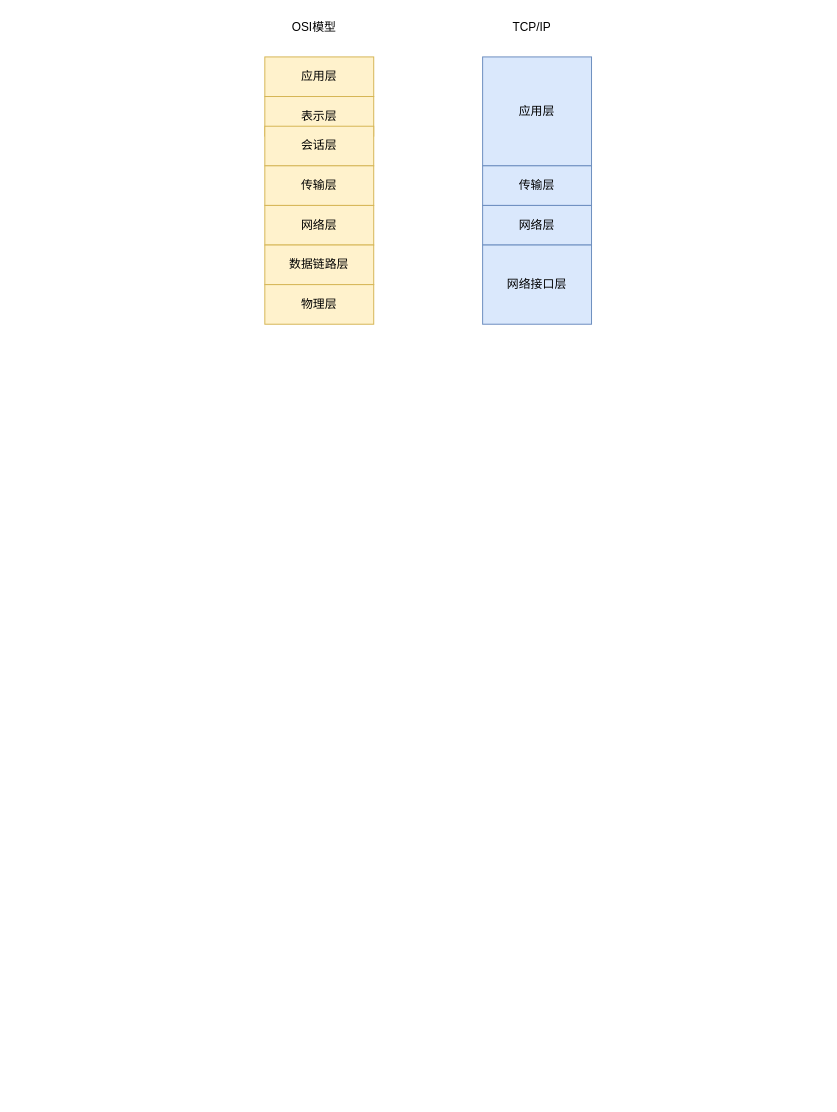
The draw.io diagram 网络模型.drawio in Joelovealonge/note, before the edit. Source tidied: cells renumbered, new cells numbered last; positions are measured from the earlier drawing's top-left corner, leaving out a move shared by most shapes. Both pictures are drawn from the tidied source at 99%, with x=0, y=0 at pixel (264, 17).
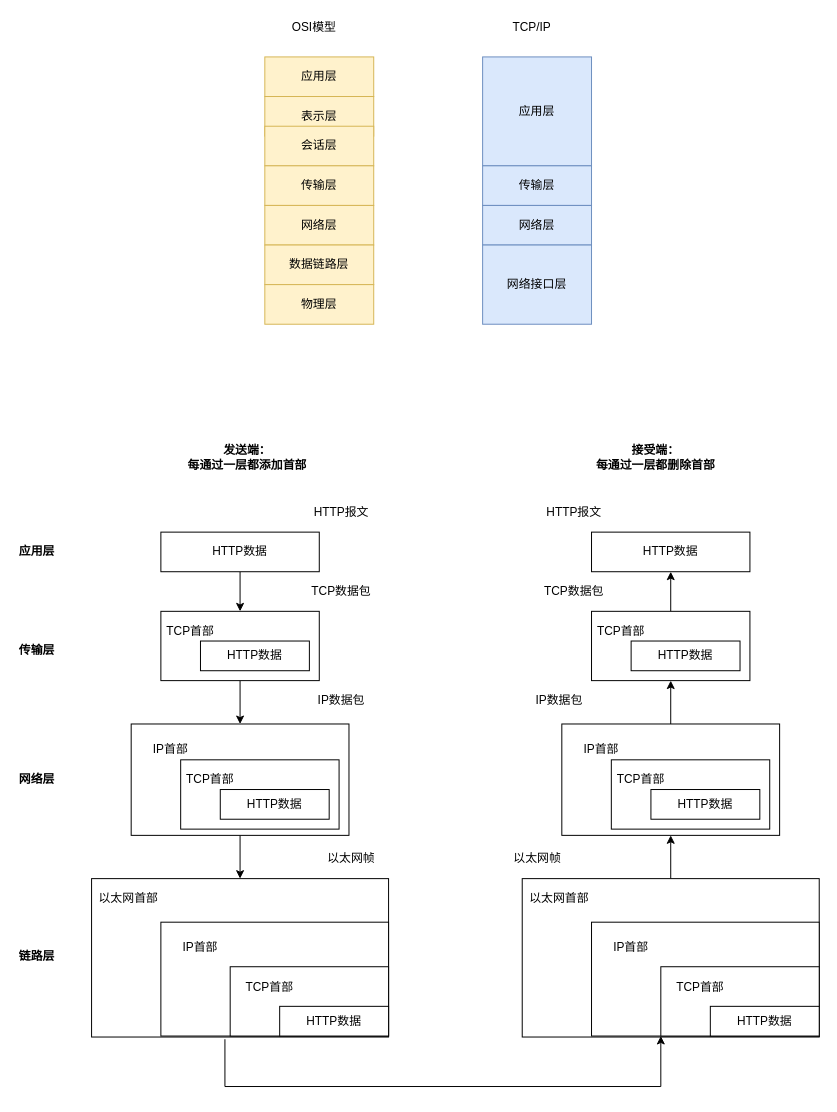
The same page after the edit.

Commit message (it also covers changes not shown here):
更新网络模型.drawio

The edit, as a diff of the source:
```diff
@@
+    <mxCell id="15" style="edgeStyle=orthogonalEdgeStyle;rounded=0;jettySize=auto;html=1;exitX=0.449;exitY=1.014;exitDx=0;exitDy=0;exitPerimeter=0;entryX=0;entryY=1;entryDx=0;entryDy=0;" parent="1" edge="1" source="16" target="49">
+      <mxGeometry relative="1" as="geometry">
+        <Array as="points">
+          <mxPoint x="-40" y="1080" />
+          <mxPoint x="400" y="1080" />
+        </Array>
+      </mxGeometry>
+    </mxCell>
+    <mxCell id="16" style="rounded=0;whiteSpace=wrap;html=1;" parent="1" vertex="1">
+      <mxGeometry x="-175" y="870" width="300" height="160" as="geometry" />
+    </mxCell>
+    <mxCell id="17" style="edgeStyle=orthogonalEdgeStyle;rounded=0;jettySize=auto;html=1;" parent="1" edge="1" source="18" target="16">
+      <mxGeometry relative="1" as="geometry" />
+    </mxCell>
+    <mxCell id="18" style="rounded=0;whiteSpace=wrap;html=1;" parent="1" vertex="1">
+      <mxGeometry x="-135" y="713.8" width="220" height="112.5" as="geometry" />
+    </mxCell>
+    <mxCell id="19" style="edgeStyle=orthogonalEdgeStyle;rounded=0;jettySize=auto;html=1;entryX=0.5;entryY=0;entryDx=0;entryDy=0;" parent="1" edge="1" source="20" target="18">
+      <mxGeometry relative="1" as="geometry" />
+    </mxCell>
+    <mxCell id="20" style="rounded=0;whiteSpace=wrap;html=1;" parent="1" vertex="1">
+      <mxGeometry x="-105" y="600" width="160" height="70" as="geometry" />
+    </mxCell>
@@
+    <mxCell id="21" style="edgeStyle=orthogonalEdgeStyle;rounded=0;jettySize=auto;html=1;entryX=0.5;entryY=0;entryDx=0;entryDy=0;" parent="1" edge="1" source="22" target="20">
+      <mxGeometry relative="1" as="geometry" />
+    </mxCell>
+    <mxCell id="22" value="HTTP数据" style="rounded=0;whiteSpace=wrap;html=1;" parent="1" vertex="1">
+      <mxGeometry x="-105" y="520" width="160" height="40" as="geometry" />
+    </mxCell>
+    <mxCell id="23" value="HTTP数据" style="rounded=0;whiteSpace=wrap;html=1;" parent="1" vertex="1">
+      <mxGeometry x="-65" y="630" width="110" height="30" as="geometry" />
+    </mxCell>
+    <mxCell id="24" value="TCP首部" style="text;html=1;strokeColor=none;fillColor=none;align=center;verticalAlign=middle;whiteSpace=wrap;rounded=0;" parent="1" vertex="1">
+      <mxGeometry x="-105" y="610" width="60" height="20" as="geometry" />
+    </mxCell>
+    <mxCell id="25" style="rounded=0;whiteSpace=wrap;html=1;" parent="1" vertex="1">
+      <mxGeometry x="-85" y="750" width="160" height="70" as="geometry" />
+    </mxCell>
+    <mxCell id="26" value="HTTP数据" style="rounded=0;whiteSpace=wrap;html=1;" parent="1" vertex="1">
+      <mxGeometry x="-45" y="780" width="110" height="30" as="geometry" />
+    </mxCell>
+    <mxCell id="27" value="TCP首部" style="text;html=1;strokeColor=none;fillColor=none;align=center;verticalAlign=middle;whiteSpace=wrap;rounded=0;" parent="1" vertex="1">
+      <mxGeometry x="-85" y="760" width="60" height="20" as="geometry" />
+    </mxCell>
+    <mxCell id="28" value="IP首部" style="text;html=1;strokeColor=none;fillColor=none;align=center;verticalAlign=middle;whiteSpace=wrap;rounded=0;" parent="1" vertex="1">
+      <mxGeometry x="-115" y="730" width="40" height="20" as="geometry" />
+    </mxCell>
+    <mxCell id="29" style="rounded=0;whiteSpace=wrap;html=1;" parent="1" vertex="1">
+      <mxGeometry x="-105" y="914" width="230" height="115" as="geometry" />
+    </mxCell>
+    <mxCell id="30" style="rounded=0;whiteSpace=wrap;html=1;" parent="1" vertex="1">
+      <mxGeometry x="-35" y="959" width="160" height="70" as="geometry" />
+    </mxCell>
+    <mxCell id="31" value="HTTP数据" style="rounded=0;whiteSpace=wrap;html=1;" parent="1" vertex="1">
+      <mxGeometry x="15" y="999" width="110" height="30" as="geometry" />
+    </mxCell>
+    <mxCell id="32" value="TCP首部" style="text;html=1;strokeColor=none;fillColor=none;align=center;verticalAlign=middle;whiteSpace=wrap;rounded=0;" parent="1" vertex="1">
+      <mxGeometry x="-25" y="970" width="60" height="20" as="geometry" />
+    </mxCell>
+    <mxCell id="33" value="IP首部" style="text;html=1;strokeColor=none;fillColor=none;align=center;verticalAlign=middle;whiteSpace=wrap;rounded=0;" parent="1" vertex="1">
+      <mxGeometry x="-85" y="930" width="40" height="20" as="geometry" />
+    </mxCell>
+    <mxCell id="34" value="以太网首部" style="text;html=1;strokeColor=none;fillColor=none;align=center;verticalAlign=middle;whiteSpace=wrap;rounded=0;" parent="1" vertex="1">
+      <mxGeometry x="-170" y="880" width="65" height="20" as="geometry" />
+    </mxCell>
+    <mxCell id="35" style="edgeStyle=orthogonalEdgeStyle;rounded=0;jettySize=auto;html=1;entryX=0.5;entryY=1;entryDx=0;entryDy=0;" parent="1" edge="1" source="36" target="38">
+      <mxGeometry relative="1" as="geometry" />
+    </mxCell>
+    <mxCell id="36" style="rounded=0;whiteSpace=wrap;html=1;" parent="1" vertex="1">
+      <mxGeometry x="260" y="870" width="300" height="160" as="geometry" />
+    </mxCell>
+    <mxCell id="37" style="edgeStyle=orthogonalEdgeStyle;rounded=0;jettySize=auto;html=1;entryX=0.5;entryY=1;entryDx=0;entryDy=0;" parent="1" edge="1" source="38" target="40">
+      <mxGeometry relative="1" as="geometry" />
+    </mxCell>
+    <mxCell id="38" style="rounded=0;whiteSpace=wrap;html=1;" parent="1" vertex="1">
+      <mxGeometry x="300" y="713.8" width="220" height="112.5" as="geometry" />
+    </mxCell>
+    <mxCell id="39" style="edgeStyle=orthogonalEdgeStyle;rounded=0;jettySize=auto;html=1;entryX=0.5;entryY=1;entryDx=0;entryDy=0;" parent="1" edge="1" source="40" target="41">
+      <mxGeometry relative="1" as="geometry" />
+    </mxCell>
+    <mxCell id="40" style="rounded=0;whiteSpace=wrap;html=1;" parent="1" vertex="1">
+      <mxGeometry x="330" y="600" width="160" height="70" as="geometry" />
+    </mxCell>
+    <mxCell id="41" value="HTTP数据" style="rounded=0;whiteSpace=wrap;html=1;" parent="1" vertex="1">
+      <mxGeometry x="330" y="520" width="160" height="40" as="geometry" />
+    </mxCell>
+    <mxCell id="42" value="HTTP数据" style="rounded=0;whiteSpace=wrap;html=1;" parent="1" vertex="1">
+      <mxGeometry x="370" y="630" width="110" height="30" as="geometry" />
+    </mxCell>
+    <mxCell id="43" value="TCP首部" style="text;html=1;strokeColor=none;fillColor=none;align=center;verticalAlign=middle;whiteSpace=wrap;rounded=0;" parent="1" vertex="1">
+      <mxGeometry x="330" y="610" width="60" height="20" as="geometry" />
+    </mxCell>
+    <mxCell id="44" style="rounded=0;whiteSpace=wrap;html=1;" parent="1" vertex="1">
+      <mxGeometry x="350" y="750" width="160" height="70" as="geometry" />
+    </mxCell>
+    <mxCell id="45" value="HTTP数据" style="rounded=0;whiteSpace=wrap;html=1;" parent="1" vertex="1">
+      <mxGeometry x="390" y="780" width="110" height="30" as="geometry" />
+    </mxCell>
+    <mxCell id="46" value="TCP首部" style="text;html=1;strokeColor=none;fillColor=none;align=center;verticalAlign=middle;whiteSpace=wrap;rounded=0;" parent="1" vertex="1">
+      <mxGeometry x="350" y="760" width="60" height="20" as="geometry" />
+    </mxCell>
+    <mxCell id="47" value="IP首部" style="text;html=1;strokeColor=none;fillColor=none;align=center;verticalAlign=middle;whiteSpace=wrap;rounded=0;" parent="1" vertex="1">
+      <mxGeometry x="320" y="730" width="40" height="20" as="geometry" />
+    </mxCell>
+    <mxCell id="48" style="rounded=0;whiteSpace=wrap;html=1;" parent="1" vertex="1">
+      <mxGeometry x="330" y="914" width="230" height="115" as="geometry" />
+    </mxCell>
+    <mxCell id="49" style="rounded=0;whiteSpace=wrap;html=1;" parent="1" vertex="1">
+      <mxGeometry x="400" y="959" width="160" height="70" as="geometry" />
+    </mxCell>
+    <mxCell id="50" value="HTTP数据" style="rounded=0;whiteSpace=wrap;html=1;" parent="1" vertex="1">
+      <mxGeometry x="450" y="999" width="110" height="30" as="geometry" />
+    </mxCell>
+    <mxCell id="51" value="TCP首部" style="text;html=1;strokeColor=none;fillColor=none;align=center;verticalAlign=middle;whiteSpace=wrap;rounded=0;" parent="1" vertex="1">
+      <mxGeometry x="410" y="970" width="60" height="20" as="geometry" />
+    </mxCell>
+    <mxCell id="52" value="IP首部" style="text;html=1;strokeColor=none;fillColor=none;align=center;verticalAlign=middle;whiteSpace=wrap;rounded=0;" parent="1" vertex="1">
+      <mxGeometry x="350" y="930" width="40" height="20" as="geometry" />
+    </mxCell>
+    <mxCell id="53" value="以太网首部" style="text;html=1;strokeColor=none;fillColor=none;align=center;verticalAlign=middle;whiteSpace=wrap;rounded=0;" parent="1" vertex="1">
+      <mxGeometry x="265" y="880" width="65" height="20" as="geometry" />
+    </mxCell>
+    <mxCell id="54" value="HTTP报文" style="text;html=1;strokeColor=none;fillColor=none;align=center;verticalAlign=middle;whiteSpace=wrap;rounded=0;" parent="1" vertex="1">
+      <mxGeometry x="45" y="490" width="65" height="20" as="geometry" />
+    </mxCell>
+    <mxCell id="55" value="TCP数据包" style="text;html=1;strokeColor=none;fillColor=none;align=center;verticalAlign=middle;whiteSpace=wrap;rounded=0;" parent="1" vertex="1">
+      <mxGeometry x="45" y="570" width="65" height="20" as="geometry" />
+    </mxCell>
+    <mxCell id="56" value="IP数据包" style="text;html=1;strokeColor=none;fillColor=none;align=center;verticalAlign=middle;whiteSpace=wrap;rounded=0;" parent="1" vertex="1">
+      <mxGeometry x="45" y="680" width="65" height="20" as="geometry" />
+    </mxCell>
+    <mxCell id="57" value="以太网帧" style="text;html=1;strokeColor=none;fillColor=none;align=center;verticalAlign=middle;whiteSpace=wrap;rounded=0;" parent="1" vertex="1">
+      <mxGeometry x="55" y="840" width="65" height="20" as="geometry" />
+    </mxCell>
+    <mxCell id="58" value="以太网帧" style="text;html=1;strokeColor=none;fillColor=none;align=center;verticalAlign=middle;whiteSpace=wrap;rounded=0;" parent="1" vertex="1">
+      <mxGeometry x="242.5" y="840" width="65" height="20" as="geometry" />
+    </mxCell>
+    <mxCell id="59" value="IP数据包" style="text;html=1;strokeColor=none;fillColor=none;align=center;verticalAlign=middle;whiteSpace=wrap;rounded=0;" parent="1" vertex="1">
+      <mxGeometry x="265" y="680" width="65" height="20" as="geometry" />
+    </mxCell>
+    <mxCell id="60" value="TCP数据包" style="text;html=1;strokeColor=none;fillColor=none;align=center;verticalAlign=middle;whiteSpace=wrap;rounded=0;" parent="1" vertex="1">
+      <mxGeometry x="280" y="570" width="65" height="20" as="geometry" />
+    </mxCell>
+    <mxCell id="61" value="HTTP报文" style="text;html=1;strokeColor=none;fillColor=none;align=center;verticalAlign=middle;whiteSpace=wrap;rounded=0;" parent="1" vertex="1">
+      <mxGeometry x="280" y="490" width="65" height="20" as="geometry" />
+    </mxCell>
+    <mxCell id="62" value="发送端：&lt;br&gt;每通过一层都添加首部" style="text;html=1;strokeColor=none;fillColor=none;align=center;verticalAlign=middle;whiteSpace=wrap;rounded=0;fontStyle=1;" parent="1" vertex="1">
+      <mxGeometry x="-85" y="430" width="135" height="30" as="geometry" />
+    </mxCell>
+    <mxCell id="63" value="&lt;b&gt;接受端：&lt;br&gt;每通过一层都删除首部&lt;/b&gt;" style="text;html=1;strokeColor=none;fillColor=none;align=center;verticalAlign=middle;whiteSpace=wrap;rounded=0;" parent="1" vertex="1">
+      <mxGeometry x="330" y="430" width="130" height="30" as="geometry" />
+    </mxCell>
+    <mxCell id="64" value="&lt;b&gt;应用层&lt;/b&gt;" style="text;html=1;strokeColor=none;fillColor=none;align=center;verticalAlign=middle;whiteSpace=wrap;rounded=0;" parent="1" vertex="1">
+      <mxGeometry x="-250" y="530" width="40" height="20" as="geometry" />
+    </mxCell>
+    <mxCell id="65" value="&lt;b&gt;传输层&lt;/b&gt;" style="text;html=1;strokeColor=none;fillColor=none;align=center;verticalAlign=middle;whiteSpace=wrap;rounded=0;" parent="1" vertex="1">
+      <mxGeometry x="-250" y="630" width="40" height="20" as="geometry" />
+    </mxCell>
+    <mxCell id="66" value="&lt;b&gt;网络层&lt;/b&gt;" style="text;html=1;strokeColor=none;fillColor=none;align=center;verticalAlign=middle;whiteSpace=wrap;rounded=0;" parent="1" vertex="1">
+      <mxGeometry x="-250" y="760" width="40" height="20" as="geometry" />
+    </mxCell>
+    <mxCell id="67" value="&lt;b&gt;链路层&lt;/b&gt;" style="text;html=1;strokeColor=none;fillColor=none;align=center;verticalAlign=middle;whiteSpace=wrap;rounded=0;" parent="1" vertex="1">
+      <mxGeometry x="-250" y="939" width="40" height="20" as="geometry" />
+    </mxCell>
```
